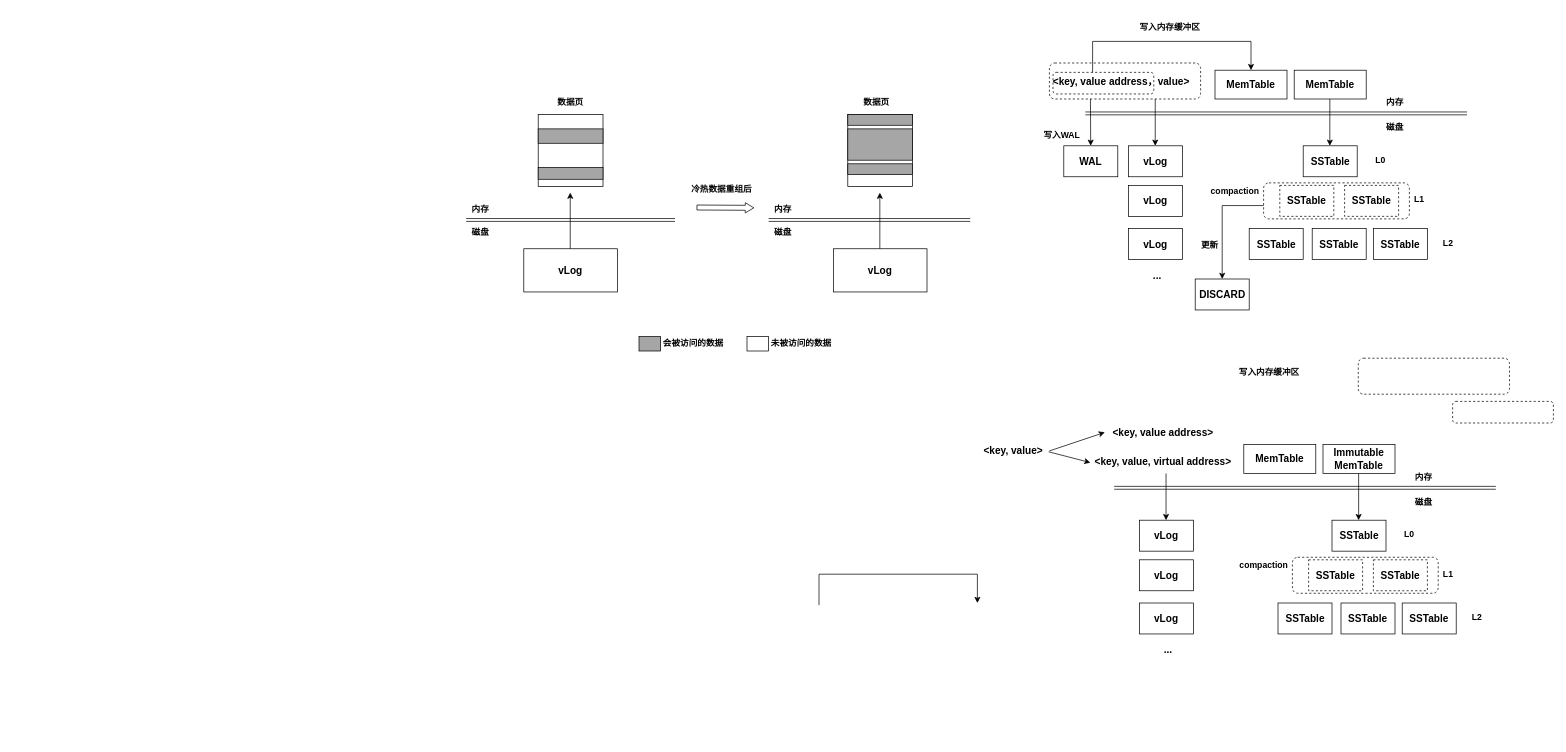
Above: page "第 4 页" (4 of 6) of RabbitKV.drawio in yeqiyi/drawIO (draw.io), before the change. Source tidied: cells renumbered, new cells numbered last; positions are measured from the earlier drawing's top-left corner, leaving out a move shared by most shapes. Both pictures are drawn from the tidied source at 72%, with x=0, y=0 at pixel (466, 12).
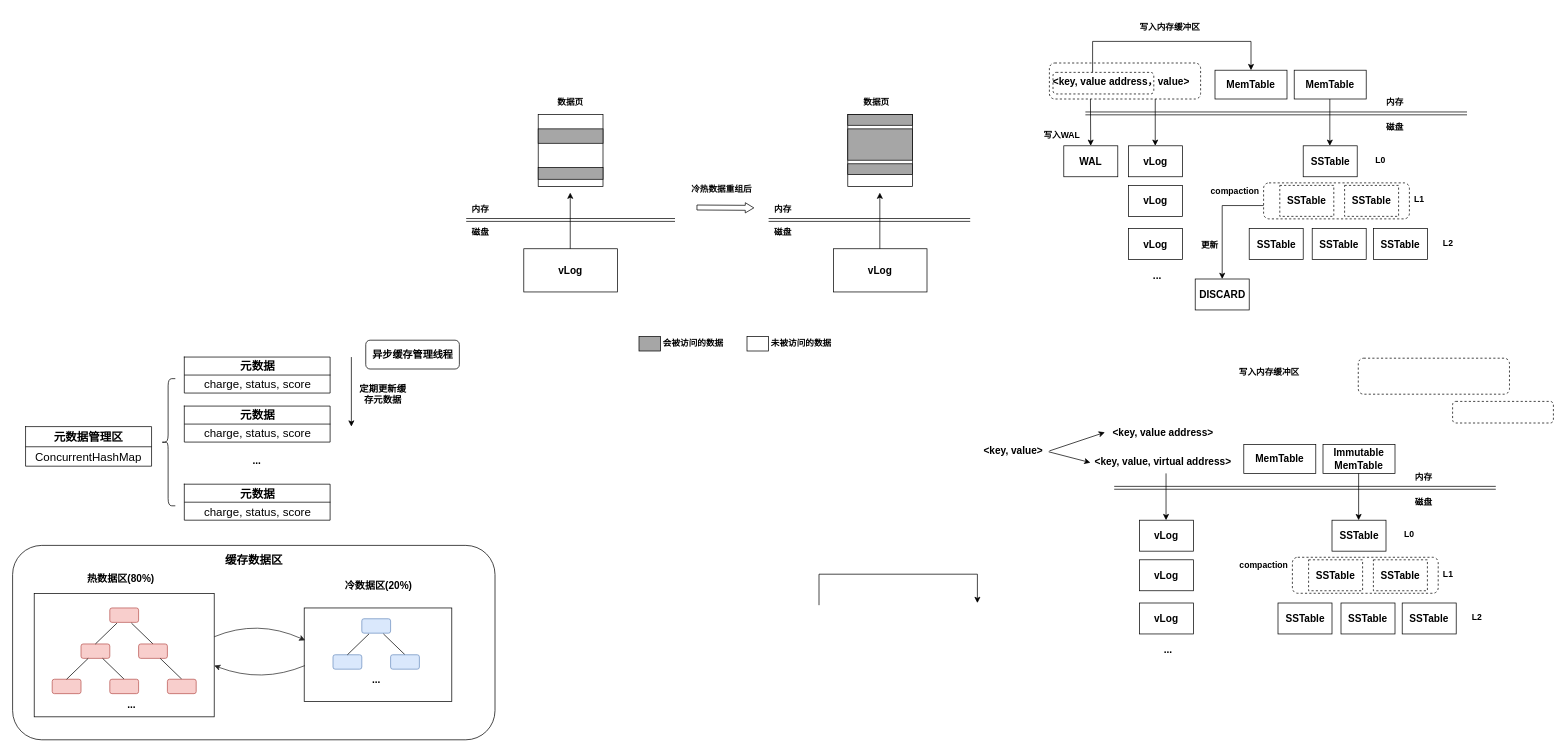
Above is the later version.

Diff of the diagram source:
```diff
@@
+    <mxCell id="91" style="rounded=1;whiteSpace=wrap;html=1;" parent="1" vertex="1">
+      <mxGeometry x="-630" y="740" width="670" height="270" as="geometry" />
+    </mxCell>
+    <mxCell id="92" style="rounded=0;whiteSpace=wrap;html=1;" parent="1" vertex="1">
+      <mxGeometry x="-225" y="826.9" width="205" height="130" as="geometry" />
+    </mxCell>
@@
+    <mxCell id="93" style="rounded=0;whiteSpace=wrap;html=1;" parent="1" vertex="1">
+      <mxGeometry x="-600" y="806.9" width="250" height="171.2" as="geometry" />
+    </mxCell>
+    <mxCell id="94" value="&lt;b&gt;&lt;font style=&quot;font-size: 14px;&quot;&gt;热数据区(80%)&lt;/font&gt;&lt;/b&gt;" style="text;html=1;align=center;verticalAlign=middle;strokeColor=none;fillColor=none;" parent="1" vertex="1">
+      <mxGeometry x="-540" y="770.6" width="120" height="30" as="geometry" />
+    </mxCell>
+    <mxCell id="95" style="rounded=1;whiteSpace=wrap;html=1;fillColor=#f8cecc;strokeColor=#b85450;" parent="1" vertex="1">
+      <mxGeometry x="-495" y="826.9" width="40" height="20" as="geometry" />
+    </mxCell>
+    <mxCell id="96" style="rounded=1;whiteSpace=wrap;html=1;fillColor=#f8cecc;strokeColor=#b85450;" parent="1" vertex="1">
+      <mxGeometry x="-535" y="876.9" width="40" height="20" as="geometry" />
+    </mxCell>
+    <mxCell id="97" style="endArrow=none;html=1;rounded=0;" parent="1" edge="1">
+      <mxGeometry relative="1" as="geometry">
+        <mxPoint x="-515" y="876.9" as="sourcePoint" />
+        <mxPoint x="-485" y="847.9" as="targetPoint" />
+      </mxGeometry>
+    </mxCell>
+    <mxCell id="98" style="endArrow=none;html=1;rounded=0;" parent="1" edge="1">
+      <mxGeometry relative="1" as="geometry">
+        <mxPoint x="-435" y="876.9" as="sourcePoint" />
+        <mxPoint x="-465" y="847.9" as="targetPoint" />
+      </mxGeometry>
+    </mxCell>
+    <mxCell id="99" style="rounded=1;whiteSpace=wrap;html=1;fillColor=#f8cecc;strokeColor=#b85450;" parent="1" vertex="1">
+      <mxGeometry x="-455" y="876.9" width="40" height="20" as="geometry" />
+    </mxCell>
+    <mxCell id="100" style="rounded=1;whiteSpace=wrap;html=1;fillColor=#f8cecc;strokeColor=#b85450;" parent="1" vertex="1">
+      <mxGeometry x="-575" y="925.9" width="40" height="20" as="geometry" />
+    </mxCell>
+    <mxCell id="101" style="endArrow=none;html=1;rounded=0;" parent="1" edge="1">
+      <mxGeometry relative="1" as="geometry">
+        <mxPoint x="-555" y="925.9" as="sourcePoint" />
+        <mxPoint x="-525" y="896.9" as="targetPoint" />
+      </mxGeometry>
+    </mxCell>
+    <mxCell id="102" style="endArrow=none;html=1;rounded=0;" parent="1" edge="1">
+      <mxGeometry relative="1" as="geometry">
+        <mxPoint x="-475" y="925.9" as="sourcePoint" />
+        <mxPoint x="-505" y="896.9" as="targetPoint" />
+      </mxGeometry>
+    </mxCell>
+    <mxCell id="103" style="rounded=1;whiteSpace=wrap;html=1;fillColor=#f8cecc;strokeColor=#b85450;" parent="1" vertex="1">
+      <mxGeometry x="-495" y="925.9" width="40" height="20" as="geometry" />
+    </mxCell>
+    <mxCell id="104" style="endArrow=none;html=1;rounded=0;" parent="1" edge="1">
+      <mxGeometry relative="1" as="geometry">
+        <mxPoint x="-395" y="925.9" as="sourcePoint" />
+        <mxPoint x="-425" y="896.9" as="targetPoint" />
+      </mxGeometry>
+    </mxCell>
+    <mxCell id="105" style="rounded=1;whiteSpace=wrap;html=1;fillColor=#f8cecc;strokeColor=#b85450;" parent="1" vertex="1">
+      <mxGeometry x="-415" y="925.9" width="40" height="20" as="geometry" />
+    </mxCell>
+    <mxCell id="106" value="&lt;b&gt;&lt;font style=&quot;font-size: 14px;&quot;&gt;冷数据区(20%)&lt;/font&gt;&lt;/b&gt;" style="text;html=1;align=center;verticalAlign=middle;strokeColor=none;fillColor=none;" parent="1" vertex="1">
+      <mxGeometry x="-182.5" y="780.6" width="120" height="30" as="geometry" />
+    </mxCell>
+    <mxCell id="107" style="rounded=1;whiteSpace=wrap;html=1;fillColor=#dae8fc;strokeColor=#6c8ebf;" parent="1" vertex="1">
+      <mxGeometry x="-145" y="841.9" width="40" height="20" as="geometry" />
+    </mxCell>
+    <mxCell id="108" style="rounded=1;whiteSpace=wrap;html=1;fillColor=#dae8fc;strokeColor=#6c8ebf;" parent="1" vertex="1">
+      <mxGeometry x="-185" y="891.9" width="40" height="20" as="geometry" />
+    </mxCell>
+    <mxCell id="109" style="endArrow=none;html=1;rounded=0;" parent="1" edge="1">
+      <mxGeometry relative="1" as="geometry">
+        <mxPoint x="-165" y="891.9" as="sourcePoint" />
+        <mxPoint x="-135" y="862.9" as="targetPoint" />
+      </mxGeometry>
+    </mxCell>
+    <mxCell id="110" style="endArrow=none;html=1;rounded=0;" parent="1" edge="1">
+      <mxGeometry relative="1" as="geometry">
+        <mxPoint x="-85" y="891.9" as="sourcePoint" />
+        <mxPoint x="-115" y="862.9" as="targetPoint" />
+      </mxGeometry>
+    </mxCell>
+    <mxCell id="111" style="rounded=1;whiteSpace=wrap;html=1;fillColor=#dae8fc;strokeColor=#6c8ebf;" parent="1" vertex="1">
+      <mxGeometry x="-105" y="891.9" width="40" height="20" as="geometry" />
+    </mxCell>
+    <mxCell id="112" value="&lt;span style=&quot;font-size: 14px;&quot;&gt;&lt;b&gt;...&lt;/b&gt;&lt;/span&gt;" style="text;html=1;align=center;verticalAlign=middle;strokeColor=none;fillColor=none;" parent="1" vertex="1">
+      <mxGeometry x="-485" y="945.9" width="40" height="30" as="geometry" />
+    </mxCell>
+    <mxCell id="113" value="&lt;span style=&quot;font-size: 14px;&quot;&gt;&lt;b&gt;...&lt;/b&gt;&lt;/span&gt;" style="text;html=1;align=center;verticalAlign=middle;strokeColor=none;fillColor=none;" parent="1" vertex="1">
+      <mxGeometry x="-145" y="911.9" width="40" height="30" as="geometry" />
+    </mxCell>
+    <mxCell id="114" style="shape=table;startSize=0;childLayout=tableLayout;fontSize=16;" parent="1" vertex="1">
+      <mxGeometry x="-612" y="575" width="175" height="55" as="geometry" />
+    </mxCell>
+    <mxCell id="115" style="shape=tableRow;horizontal=0;startSize=0;swimlaneHead=0;swimlaneBody=0;strokeColor=inherit;top=0;left=0;bottom=0;right=0;fillColor=none;fontSize=16;" parent="114" vertex="1">
+      <mxGeometry width="175" height="28" as="geometry" />
+    </mxCell>
+    <mxCell id="116" value="&lt;b&gt;元数据管理区&lt;/b&gt;" style="shape=partialRectangle;html=1;whiteSpace=wrap;strokeColor=inherit;overflow=hidden;fillColor=none;top=0;left=0;bottom=0;right=0;fontSize=16;" parent="115" vertex="1">
+      <mxGeometry width="175" height="28" as="geometry" />
+    </mxCell>
+    <mxCell id="117" style="shape=tableRow;horizontal=0;startSize=0;swimlaneHead=0;swimlaneBody=0;strokeColor=inherit;top=0;left=0;bottom=0;right=0;fillColor=none;fontSize=16;" parent="114" vertex="1">
+      <mxGeometry y="28" width="175" height="27" as="geometry" />
+    </mxCell>
+    <mxCell id="118" value="ConcurrentHashMap" style="shape=partialRectangle;html=1;whiteSpace=wrap;strokeColor=inherit;overflow=hidden;fillColor=none;top=0;left=0;bottom=0;right=0;fontSize=16;" parent="117" vertex="1">
+      <mxGeometry width="175" height="27" as="geometry" />
+    </mxCell>
+    <mxCell id="119" style="endArrow=classic;html=1;entryX=0.007;entryY=0.346;entryDx=0;entryDy=0;entryPerimeter=0;curved=1;fillColor=#f8cecc;strokeColor=#262626;strokeWidth=1;" parent="1" edge="1" target="92">
+      <mxGeometry relative="1" as="geometry">
+        <mxPoint x="-350" y="866.9" as="sourcePoint" />
+        <Array as="points">
+          <mxPoint x="-290" y="841.9" />
+        </Array>
+      </mxGeometry>
+    </mxCell>
+    <mxCell id="120" style="endArrow=classic;html=1;entryX=0.007;entryY=0.346;entryDx=0;entryDy=0;entryPerimeter=0;curved=1;fillColor=#f8cecc;strokeColor=#262626;strokeWidth=1;" parent="1" edge="1">
+      <mxGeometry relative="1" as="geometry">
+        <mxPoint x="-224" y="906.9" as="sourcePoint" />
+        <mxPoint x="-350" y="906.9" as="targetPoint" />
+        <Array as="points">
+          <mxPoint x="-284" y="931.9" />
+        </Array>
+      </mxGeometry>
+    </mxCell>
+    <mxCell id="121" style="shape=curlyBracket;whiteSpace=wrap;html=1;rounded=1;labelPosition=left;verticalLabelPosition=middle;align=right;verticalAlign=middle;" parent="1" vertex="1">
+      <mxGeometry x="-424" y="508.4" width="20" height="176.6" as="geometry" />
+    </mxCell>
+    <mxCell id="122" style="shape=table;startSize=0;childLayout=tableLayout;fontSize=16;" parent="1" vertex="1">
+      <mxGeometry x="-391.5" y="478.4" width="202.5" height="50" as="geometry" />
+    </mxCell>
+    <mxCell id="123" style="shape=tableRow;horizontal=0;startSize=0;swimlaneHead=0;swimlaneBody=0;strokeColor=inherit;top=0;left=0;bottom=0;right=0;fillColor=none;fontSize=16;" parent="122" vertex="1">
+      <mxGeometry width="202.5" height="25" as="geometry" />
+    </mxCell>
+    <mxCell id="124" value="&lt;b&gt;元数据&lt;/b&gt;" style="shape=partialRectangle;html=1;whiteSpace=wrap;strokeColor=inherit;overflow=hidden;fillColor=none;top=0;left=0;bottom=0;right=0;fontSize=16;" parent="123" vertex="1">
+      <mxGeometry width="203" height="25" as="geometry" />
+    </mxCell>
+    <mxCell id="125" style="shape=tableRow;horizontal=0;startSize=0;swimlaneHead=0;swimlaneBody=0;strokeColor=inherit;top=0;left=0;bottom=0;right=0;fillColor=none;fontSize=16;" parent="122" vertex="1">
+      <mxGeometry y="25" width="202.5" height="25" as="geometry" />
+    </mxCell>
+    <mxCell id="126" value="charge, status, score" style="shape=partialRectangle;html=1;whiteSpace=wrap;strokeColor=inherit;overflow=hidden;fillColor=none;top=0;left=0;bottom=0;right=0;fontSize=16;" parent="125" vertex="1">
+      <mxGeometry width="203" height="25" as="geometry" />
+    </mxCell>
+    <mxCell id="127" style="shape=table;startSize=0;childLayout=tableLayout;fontSize=16;" parent="1" vertex="1">
+      <mxGeometry x="-391.5" y="546.5" width="202.5" height="50" as="geometry" />
+    </mxCell>
+    <mxCell id="128" style="shape=tableRow;horizontal=0;startSize=0;swimlaneHead=0;swimlaneBody=0;strokeColor=inherit;top=0;left=0;bottom=0;right=0;fillColor=none;fontSize=16;" parent="127" vertex="1">
+      <mxGeometry width="202.5" height="25" as="geometry" />
+    </mxCell>
+    <mxCell id="129" value="&lt;b&gt;元数据&lt;/b&gt;" style="shape=partialRectangle;html=1;whiteSpace=wrap;strokeColor=inherit;overflow=hidden;fillColor=none;top=0;left=0;bottom=0;right=0;fontSize=16;" parent="128" vertex="1">
+      <mxGeometry width="203" height="25" as="geometry" />
+    </mxCell>
+    <mxCell id="130" style="shape=tableRow;horizontal=0;startSize=0;swimlaneHead=0;swimlaneBody=0;strokeColor=inherit;top=0;left=0;bottom=0;right=0;fillColor=none;fontSize=16;" parent="127" vertex="1">
+      <mxGeometry y="25" width="202.5" height="25" as="geometry" />
+    </mxCell>
+    <mxCell id="131" value="charge, status, score" style="shape=partialRectangle;html=1;whiteSpace=wrap;strokeColor=inherit;overflow=hidden;fillColor=none;top=0;left=0;bottom=0;right=0;fontSize=16;" parent="130" vertex="1">
+      <mxGeometry width="203" height="25" as="geometry" />
+    </mxCell>
+    <mxCell id="132" value="&lt;span style=&quot;font-size: 14px;&quot;&gt;&lt;b&gt;...&lt;/b&gt;&lt;/span&gt;" style="text;html=1;align=center;verticalAlign=middle;strokeColor=none;fillColor=none;" parent="1" vertex="1">
+      <mxGeometry x="-311.5" y="608.4" width="40" height="30" as="geometry" />
+    </mxCell>
+    <mxCell id="133" style="shape=table;startSize=0;childLayout=tableLayout;fontSize=16;" parent="1" vertex="1">
+      <mxGeometry x="-391.5" y="655" width="202.5" height="50" as="geometry" />
+    </mxCell>
+    <mxCell id="134" style="shape=tableRow;horizontal=0;startSize=0;swimlaneHead=0;swimlaneBody=0;strokeColor=inherit;top=0;left=0;bottom=0;right=0;fillColor=none;fontSize=16;" parent="133" vertex="1">
+      <mxGeometry width="202.5" height="25" as="geometry" />
+    </mxCell>
+    <mxCell id="135" value="&lt;b&gt;元数据&lt;/b&gt;" style="shape=partialRectangle;html=1;whiteSpace=wrap;strokeColor=inherit;overflow=hidden;fillColor=none;top=0;left=0;bottom=0;right=0;fontSize=16;" parent="134" vertex="1">
+      <mxGeometry width="203" height="25" as="geometry" />
+    </mxCell>
+    <mxCell id="136" style="shape=tableRow;horizontal=0;startSize=0;swimlaneHead=0;swimlaneBody=0;strokeColor=inherit;top=0;left=0;bottom=0;right=0;fillColor=none;fontSize=16;" parent="133" vertex="1">
+      <mxGeometry y="25" width="202.5" height="25" as="geometry" />
+    </mxCell>
+    <mxCell id="137" value="charge, status, score" style="shape=partialRectangle;html=1;whiteSpace=wrap;strokeColor=inherit;overflow=hidden;fillColor=none;top=0;left=0;bottom=0;right=0;fontSize=16;" parent="136" vertex="1">
+      <mxGeometry width="203" height="25" as="geometry" />
+    </mxCell>
+    <mxCell id="138" style="endArrow=classic;html=1;rounded=0;" parent="1" edge="1">
+      <mxGeometry relative="1" as="geometry">
+        <mxPoint x="-159.5" y="478.4" as="sourcePoint" />
+        <mxPoint x="-159.5" y="575" as="targetPoint" />
+      </mxGeometry>
+    </mxCell>
+    <mxCell id="139" value="&lt;b&gt;&lt;font style=&quot;font-size: 14px;&quot;&gt;异步缓存管理线程&lt;/font&gt;&lt;/b&gt;" style="rounded=1;whiteSpace=wrap;html=1;" parent="1" vertex="1">
+      <mxGeometry x="-139.5" y="455" width="130" height="40" as="geometry" />
+    </mxCell>
+    <mxCell id="140" value="&lt;b&gt;&lt;font style=&quot;font-size: 13px;&quot;&gt;定期更新缓存元数据&lt;/font&gt;&lt;/b&gt;" style="text;html=1;strokeColor=none;fillColor=none;align=center;verticalAlign=middle;whiteSpace=wrap;rounded=0;" parent="1" vertex="1">
+      <mxGeometry x="-152" y="515" width="72.5" height="30" as="geometry" />
+    </mxCell>
+    <mxCell id="141" value="&lt;b&gt;&lt;font style=&quot;font-size: 16px;&quot;&gt;缓存数据区&lt;/font&gt;&lt;/b&gt;" style="text;html=1;align=center;verticalAlign=middle;strokeColor=none;fillColor=none;" parent="1" vertex="1">
+      <mxGeometry x="-345" y="745" width="100" height="30" as="geometry" />
+    </mxCell>
```
